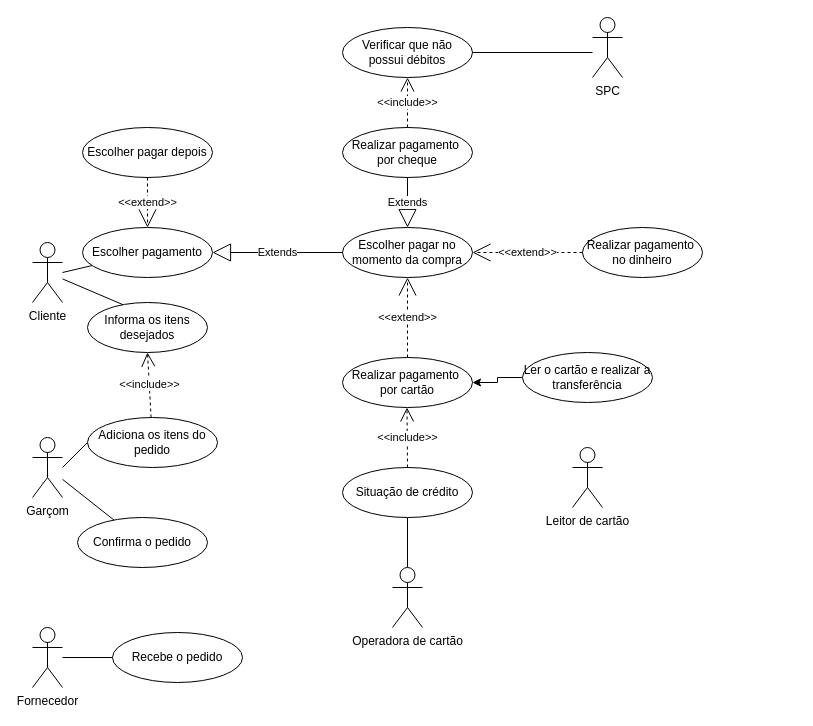
Above: Eng. de software/DiagramaCasosDeUso.drawio in LuisAugusto0/Arquivos_PUC_CC (draw.io), before the change. Source tidied: cells renumbered, new cells numbered last; positions are measured from the earlier drawing's top-left corner, leaving out a move shared by most shapes. Both pictures are drawn from the tidied source at 100%, with x=0, y=0 at pixel (32, 17).
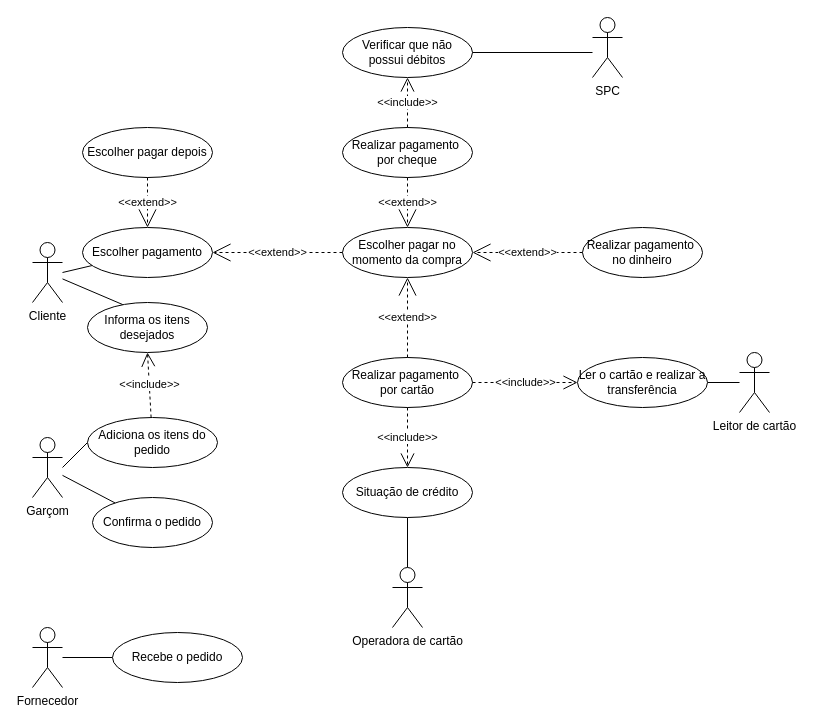
The same page after the edit.

Unchanged cells that the change refers to:
```xml
<mxCell id="17" value="Escolher pagar no momento da compra" style="ellipse;whiteSpace=wrap;html=1;" parent="1" vertex="1">
  <mxGeometry x="310" y="210" width="130" height="50" as="geometry" />
</mxCell>
<mxCell id="18" value="Realizar pagamento&amp;nbsp; por cartão" style="ellipse;whiteSpace=wrap;html=1;" parent="1" vertex="1">
  <mxGeometry x="310" y="340" width="130" height="50" as="geometry" />
</mxCell>
<mxCell id="20" value="Realizar pagamento&amp;nbsp; por cheque" style="ellipse;whiteSpace=wrap;html=1;" parent="1" vertex="1">
  <mxGeometry x="310" y="110" width="130" height="50" as="geometry" />
</mxCell>
<mxCell id="28" value="Escolher pagamento" style="ellipse;whiteSpace=wrap;html=1;" parent="1" vertex="1">
  <mxGeometry x="50" y="210" width="130" height="50" as="geometry" />
</mxCell>
<mxCell id="34" value="Situação de crédito" style="ellipse;whiteSpace=wrap;html=1;" parent="1" vertex="1">
  <mxGeometry x="310" y="450" width="130" height="50" as="geometry" />
</mxCell>
```

The edit, as a diff of the source:
```diff
@@
+    <mxCell id="38" style="rounded=0;jettySize=auto;html=1;endArrow=none;endFill=0;" parent="1" edge="1" source="11" target="37">
+      <mxGeometry relative="1" as="geometry" />
+    </mxCell>
     <mxCell id="11" value="Leitor de cartão" style="shape=umlActor;verticalLabelPosition=bottom;verticalAlign=top;html=1;" parent="1" vertex="1">
-      <mxGeometry x="540" y="430" width="30" height="60" as="geometry" />
+      <mxGeometry x="707" y="335" width="30" height="60" as="geometry" />
     </mxCell>
@@
     <mxCell id="16" value="Confirma o pedido" style="ellipse;whiteSpace=wrap;html=1;" parent="1" vertex="1">
-      <mxGeometry x="45" y="500" width="130" height="50" as="geometry" />
+      <mxGeometry x="60" y="480" width="120" height="50" as="geometry" />
     </mxCell>
@@
-    <mxCell id="22" value="Extends" style="endArrow=block;endSize=16;endFill=0;html=1;rounded=0;exitX=0.5;exitY=1;exitDx=0;exitDy=0;" parent="1" edge="1" source="20" target="17">
-      <mxGeometry relative="1" as="geometry" />
-    </mxCell>
@@
-    <mxCell id="31" value="Extends" style="endArrow=block;endSize=16;endFill=0;html=1;rounded=0;exitX=0;exitY=0.5;exitDx=0;exitDy=0;entryX=1;entryY=0.5;entryDx=0;entryDy=0;" parent="1" edge="1" source="17" target="28">
-      <mxGeometry relative="1" as="geometry" />
-    </mxCell>
@@
-    <mxCell id="35" value="&amp;lt;&amp;lt;include&amp;gt;&amp;gt;" style="endArrow=open;endSize=12;dashed=1;html=1;rounded=0;entryX=0.5;entryY=1;entryDx=0;entryDy=0;exitX=0.5;exitY=0;exitDx=0;exitDy=0;" parent="1" edge="1" source="34">
-      <mxGeometry relative="1" as="geometry">
-        <mxPoint x="374.5" y="390" as="targetPoint" />
-      </mxGeometry>
+    <mxCell id="35" value="&amp;lt;&amp;lt;include&amp;gt;&amp;gt;" style="endArrow=open;endSize=12;dashed=1;html=1;rounded=0;entryX=0.5;entryY=0;entryDx=0;entryDy=0;exitX=0.5;exitY=1;exitDx=0;exitDy=0;" parent="1" edge="1" source="18" target="34">
+      <mxGeometry relative="1" as="geometry" />
     </mxCell>
-    <mxCell id="36" style="edgeStyle=orthogonalEdgeStyle;rounded=0;jettySize=auto;html=1;" parent="1" edge="1" source="37" target="18">
-      <mxGeometry relative="1" as="geometry" />
-    </mxCell>
     <mxCell id="37" value="Ler o cartão e realizar a transferência" style="ellipse;whiteSpace=wrap;html=1;" parent="1" vertex="1">
-      <mxGeometry x="490" y="335" width="130" height="50" as="geometry" />
+      <mxGeometry x="545" y="340" width="130" height="50" as="geometry" />
     </mxCell>
+    <mxCell id="39" value="&amp;lt;&amp;lt;include&amp;gt;&amp;gt;" style="endArrow=open;endSize=12;dashed=1;html=1;rounded=0;entryX=0;entryY=0.5;entryDx=0;entryDy=0;exitX=1;exitY=0.5;exitDx=0;exitDy=0;" parent="1" edge="1" source="18" target="37">
+      <mxGeometry relative="1" as="geometry" />
+    </mxCell>
+    <mxCell id="22" value="&amp;lt;&amp;lt;extend&amp;gt;&amp;gt;" style="endArrow=open;endSize=16;endFill=0;html=1;rounded=0;dashed=1;exitX=0.5;exitY=1;exitDx=0;exitDy=0;" parent="1" edge="1" source="20" target="17">
+      <mxGeometry relative="1" as="geometry" />
+    </mxCell>
+    <mxCell id="31" value="&amp;lt;&amp;lt;extend&amp;gt;&amp;gt;" style="endArrow=open;endSize=16;endFill=0;html=1;rounded=0;dashed=1;exitX=0;exitY=0.5;exitDx=0;exitDy=0;entryX=1;entryY=0.5;entryDx=0;entryDy=0;" parent="1" edge="1" source="17" target="28">
+      <mxGeometry relative="1" as="geometry" />
+    </mxCell>
```
